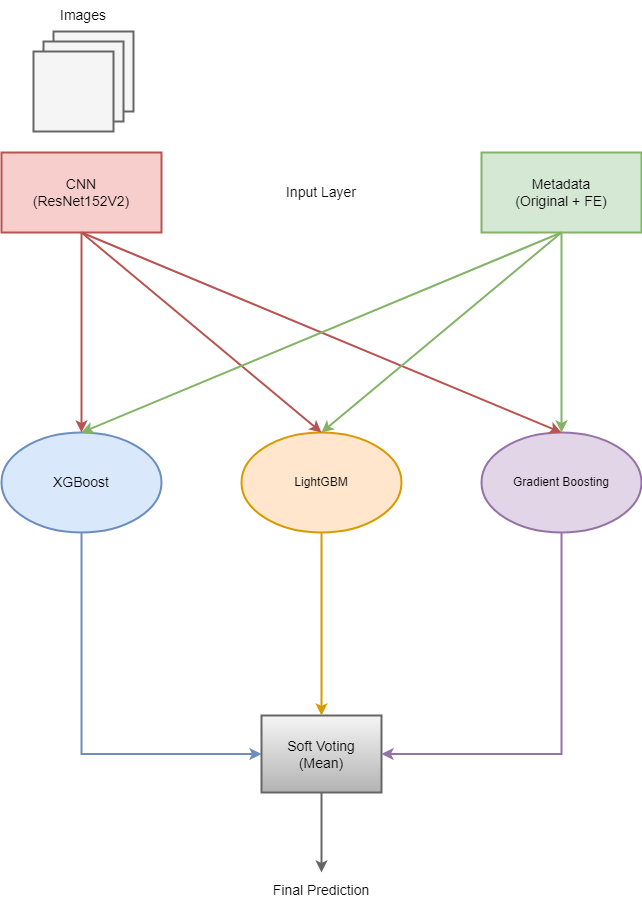
sergio-sanz-rodriguez/Skin-Cancer-Detection keeps this draw.io diagram as images/model_pipeline.png. Above is the earlier version. Source tidied: cells renumbered, new cells last; positions are measured from the earlier drawing's top-left corner, leaving out a move shared by most shapes. Its diagram source:
```xml
<mxGraphModel background="#ffffff">
  <root>
    <mxCell id="0" />
    <mxCell id="1" parent="0" />
    <mxCell id="2" value="&lt;font style=&quot;font-size: 14px;&quot;&gt;CNN&lt;/font&gt;&lt;div&gt;&lt;font style=&quot;font-size: 14px;&quot;&gt;(ResNet152V2&lt;/font&gt;&lt;span style=&quot;font-size: 14px; background-color: initial;&quot;&gt;)&lt;/span&gt;&lt;/div&gt;" style="rounded=0;whiteSpace=wrap;html=1;fillColor=#f8cecc;strokeColor=#b85450;strokeWidth=2;" parent="1" vertex="1">
      <mxGeometry y="152" width="160" height="80" as="geometry" />
    </mxCell>
    <mxCell id="3" style="edgeStyle=orthogonalEdgeStyle;rounded=0;jettySize=auto;html=1;exitX=0.5;exitY=1;exitDx=0;exitDy=0;entryX=0;entryY=0.5;entryDx=0;entryDy=0;fillColor=#dae8fc;strokeColor=#6c8ebf;strokeWidth=2;" parent="1" edge="1" source="4" target="15">
      <mxGeometry relative="1" as="geometry" />
    </mxCell>
    <mxCell id="4" value="&lt;font style=&quot;font-size: 14px;&quot;&gt;XGBoost&lt;/font&gt;" style="ellipse;whiteSpace=wrap;html=1;fillColor=#dae8fc;strokeColor=#6c8ebf;strokeWidth=2;" parent="1" vertex="1">
      <mxGeometry y="432" width="160" height="100" as="geometry" />
    </mxCell>
    <mxCell id="5" value="LightGBM" style="ellipse;whiteSpace=wrap;html=1;fillColor=#ffe6cc;strokeColor=#d79b00;strokeWidth=2;" parent="1" vertex="1">
      <mxGeometry x="240" y="432" width="160" height="100" as="geometry" />
    </mxCell>
    <mxCell id="6" value="Gradient Boosting" style="ellipse;whiteSpace=wrap;html=1;fillColor=#e1d5e7;strokeColor=#9673a6;strokeWidth=2;" parent="1" vertex="1">
      <mxGeometry x="480" y="432" width="160" height="100" as="geometry" />
    </mxCell>
    <mxCell id="7" value="&lt;font style=&quot;font-size: 14px;&quot;&gt;Metadata&lt;/font&gt;&lt;div&gt;&lt;font style=&quot;font-size: 14px;&quot;&gt;(Original + FE)&lt;/font&gt;&lt;/div&gt;" style="rounded=0;whiteSpace=wrap;html=1;fillColor=#d5e8d4;strokeColor=#82b366;strokeWidth=2;" parent="1" vertex="1">
      <mxGeometry x="480" y="152" width="160" height="80" as="geometry" />
    </mxCell>
    <mxCell id="8" style="endArrow=classic;html=1;rounded=0;exitX=0.5;exitY=1;exitDx=0;exitDy=0;entryX=0.5;entryY=0;entryDx=0;entryDy=0;fillColor=#f8cecc;strokeColor=#b85450;strokeWidth=2;" parent="1" edge="1" source="2" target="4">
      <mxGeometry relative="1" as="geometry" />
    </mxCell>
    <mxCell id="9" style="endArrow=classic;html=1;rounded=0;exitX=0.5;exitY=1;exitDx=0;exitDy=0;entryX=0.5;entryY=0;entryDx=0;entryDy=0;strokeWidth=2;fillColor=#f8cecc;strokeColor=#b85450;" parent="1" edge="1" source="2" target="5">
      <mxGeometry relative="1" as="geometry" />
    </mxCell>
    <mxCell id="10" style="endArrow=classic;html=1;rounded=0;exitX=0.5;exitY=1;exitDx=0;exitDy=0;entryX=0.5;entryY=0;entryDx=0;entryDy=0;strokeWidth=2;fillColor=#f8cecc;strokeColor=#b85450;" parent="1" edge="1" source="2" target="6">
      <mxGeometry relative="1" as="geometry" />
    </mxCell>
    <mxCell id="11" style="endArrow=classic;html=1;rounded=0;exitX=0.5;exitY=1;exitDx=0;exitDy=0;entryX=0.5;entryY=0;entryDx=0;entryDy=0;fillColor=#d5e8d4;strokeColor=#82b366;strokeWidth=2;" parent="1" edge="1" source="7" target="4">
      <mxGeometry relative="1" as="geometry" />
    </mxCell>
    <mxCell id="12" style="endArrow=classic;html=1;rounded=0;exitX=0.5;exitY=1;exitDx=0;exitDy=0;fillColor=#d5e8d4;strokeColor=#82b366;strokeWidth=2;" parent="1" edge="1" source="7">
      <mxGeometry relative="1" as="geometry">
        <mxPoint x="320" y="432" as="targetPoint" />
      </mxGeometry>
    </mxCell>
    <mxCell id="13" style="endArrow=classic;html=1;rounded=0;exitX=0.5;exitY=1;exitDx=0;exitDy=0;entryX=0.5;entryY=0;entryDx=0;entryDy=0;fillColor=#d5e8d4;strokeColor=#82b366;strokeWidth=2;" parent="1" edge="1" source="7" target="6">
      <mxGeometry relative="1" as="geometry" />
    </mxCell>
    <mxCell id="14" style="edgeStyle=orthogonalEdgeStyle;rounded=0;jettySize=auto;html=1;exitX=0.5;exitY=1;exitDx=0;exitDy=0;fillColor=#f5f5f5;strokeColor=#666666;strokeWidth=2;gradientColor=#b3b3b3;" parent="1" edge="1" source="15">
      <mxGeometry relative="1" as="geometry">
        <mxPoint x="320" y="872" as="targetPoint" />
      </mxGeometry>
    </mxCell>
    <mxCell id="15" value="&lt;span style=&quot;font-size: 14px;&quot;&gt;Soft Voting&lt;/span&gt;&lt;div&gt;&lt;span style=&quot;font-size: 14px;&quot;&gt;(Mean)&lt;/span&gt;&lt;/div&gt;" style="rounded=0;whiteSpace=wrap;html=1;strokeWidth=2;fillColor=#f5f5f5;gradientColor=#b3b3b3;strokeColor=#666666;" parent="1" vertex="1">
      <mxGeometry x="260" y="715" width="120" height="77" as="geometry" />
    </mxCell>
    <mxCell id="16" style="endArrow=classic;html=1;rounded=0;exitX=0.5;exitY=1;exitDx=0;exitDy=0;entryX=0.5;entryY=0;entryDx=0;entryDy=0;fillColor=#ffe6cc;strokeColor=#d79b00;strokeWidth=2;" parent="1" edge="1" source="5" target="15">
      <mxGeometry relative="1" as="geometry" />
    </mxCell>
    <mxCell id="17" style="endArrow=classic;html=1;rounded=0;exitX=0.5;exitY=1;exitDx=0;exitDy=0;fillColor=#e1d5e7;strokeColor=#9673a6;strokeWidth=2;edgeStyle=orthogonalEdgeStyle;entryX=1;entryY=0.5;entryDx=0;entryDy=0;" parent="1" edge="1" source="6" target="15">
      <mxGeometry relative="1" as="geometry" />
    </mxCell>
    <mxCell id="18" value="&lt;font style=&quot;font-size: 14px;&quot;&gt;Final Prediction&lt;/font&gt;" style="text;html=1;align=center;verticalAlign=middle;whiteSpace=wrap;rounded=0;" parent="1" vertex="1">
      <mxGeometry x="270" y="875" width="100" height="30" as="geometry" />
    </mxCell>
    <mxCell id="19" value="&lt;font style=&quot;font-size: 14px;&quot;&gt;Input Layer&lt;/font&gt;" style="text;html=1;align=center;verticalAlign=middle;whiteSpace=wrap;rounded=0;" parent="1" vertex="1">
      <mxGeometry x="270" y="177" width="100" height="30" as="geometry" />
    </mxCell>
    <mxCell id="20" style="whiteSpace=wrap;html=1;strokeWidth=2;fillColor=#f5f5f5;fontColor=#333333;strokeColor=#666666;" parent="1" vertex="1">
      <mxGeometry x="52" y="31" width="80" height="80" as="geometry" />
    </mxCell>
    <mxCell id="21" style="whiteSpace=wrap;html=1;strokeWidth=2;fillColor=#f5f5f5;fontColor=#333333;strokeColor=#666666;" parent="1" vertex="1">
      <mxGeometry x="42" y="41" width="80" height="80" as="geometry" />
    </mxCell>
    <mxCell id="22" style="whiteSpace=wrap;html=1;strokeWidth=2;fillColor=#f5f5f5;fontColor=#333333;strokeColor=#666666;" parent="1" vertex="1">
      <mxGeometry x="32" y="51" width="80" height="80" as="geometry" />
    </mxCell>
    <mxCell id="23" value="&lt;font style=&quot;font-size: 14px;&quot;&gt;Images&lt;/font&gt;" style="text;html=1;align=center;verticalAlign=middle;whiteSpace=wrap;rounded=0;" parent="1" vertex="1">
      <mxGeometry x="32" width="100" height="30" as="geometry" />
    </mxCell>
  </root>
</mxGraphModel>
```
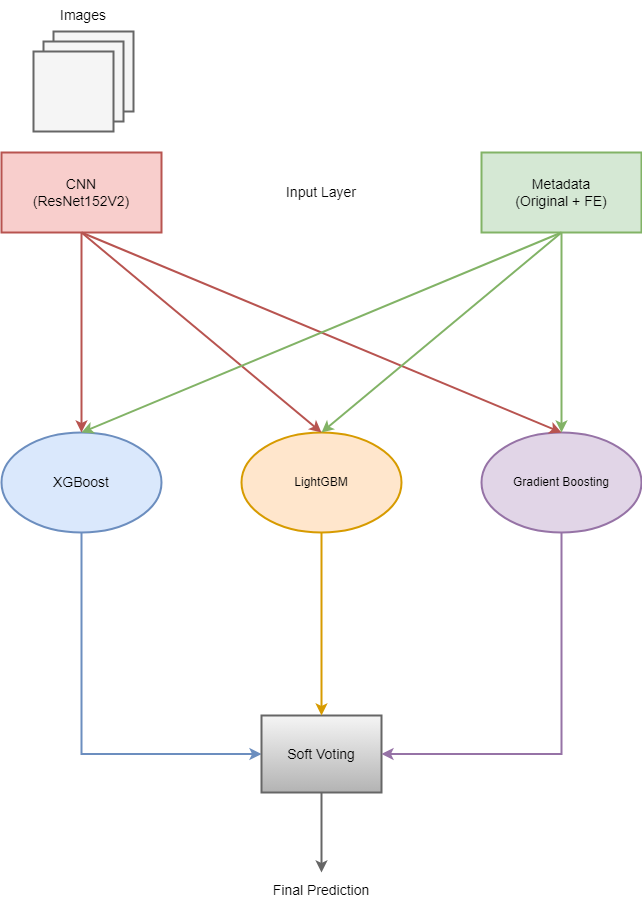
The same file after the commit.

Change to the diagram source:
```diff
@@ -45,7 +45,7 @@
         <mxPoint x="320" y="872" as="targetPoint" />
       </mxGeometry>
     </mxCell>
-    <mxCell id="15" value="&lt;span style=&quot;font-size: 14px;&quot;&gt;Soft Voting&lt;/span&gt;&lt;div&gt;&lt;span style=&quot;font-size: 14px;&quot;&gt;(Mean)&lt;/span&gt;&lt;/div&gt;" style="rounded=0;whiteSpace=wrap;html=1;strokeWidth=2;fillColor=#f5f5f5;gradientColor=#b3b3b3;strokeColor=#666666;" parent="1" vertex="1">
+    <mxCell id="15" value="&lt;span style=&quot;font-size: 14px;&quot;&gt;Soft Voting&lt;/span&gt;" style="rounded=0;whiteSpace=wrap;html=1;strokeWidth=2;fillColor=#f5f5f5;gradientColor=#b3b3b3;strokeColor=#666666;" parent="1" vertex="1">
       <mxGeometry x="260" y="715" width="120" height="77" as="geometry" />
     </mxCell>
     <mxCell id="16" style="endArrow=classic;html=1;rounded=0;exitX=0.5;exitY=1;exitDx=0;exitDy=0;entryX=0.5;entryY=0;entryDx=0;entryDy=0;fillColor=#ffe6cc;strokeColor=#d79b00;strokeWidth=2;" parent="1" edge="1" source="5" target="15">
```
